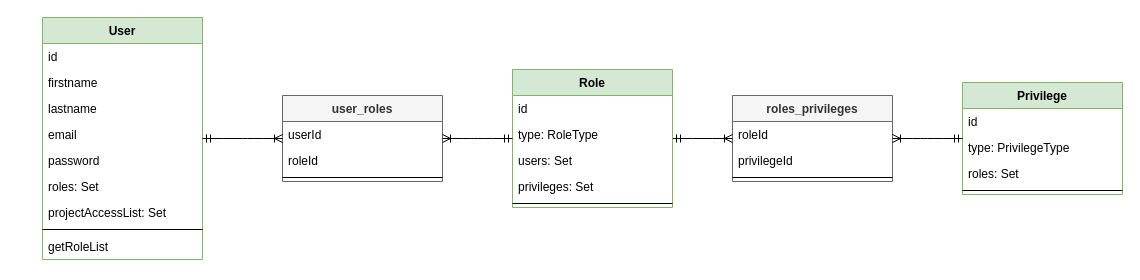
Above: docs/3 infrastructure/database model.drawio in catalinaluta/travel-app (draw.io), before the change. Source tidied: cells renumbered, new cells numbered last; positions are measured from the earlier drawing's top-left corner, leaving out a move shared by most shapes. Both pictures are drawn from the tidied source at 100%, with x=0, y=0 at pixel (42, 17).
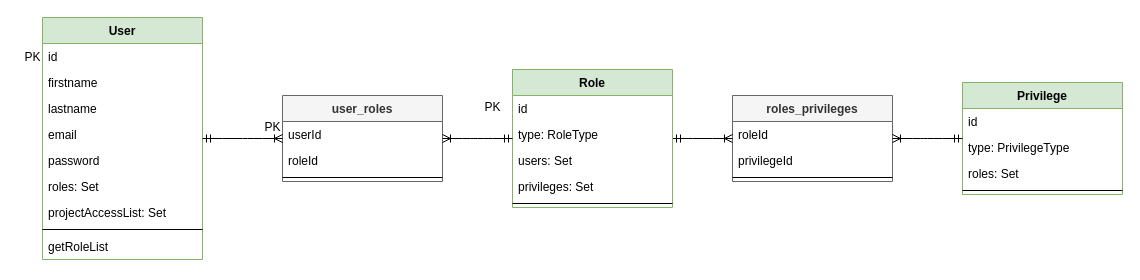
The same page after the edit.

The edit, as a diff of the source:
```diff
@@
+    <mxCell id="35" value="PK" style="text;html=1;align=center;verticalAlign=middle;strokeColor=none;" parent="1" vertex="1">
+      <mxGeometry x="-25" y="30" width="30" height="20" as="geometry" />
+    </mxCell>
+    <mxCell id="36" value="PK" style="text;html=1;align=center;verticalAlign=middle;strokeColor=none;" parent="1" vertex="1">
+      <mxGeometry x="215" y="100" width="30" height="20" as="geometry" />
+    </mxCell>
+    <mxCell id="37" value="PK" style="text;html=1;align=center;verticalAlign=middle;strokeColor=none;" parent="1" vertex="1">
+      <mxGeometry x="435" y="80" width="30" height="20" as="geometry" />
+    </mxCell>
```
